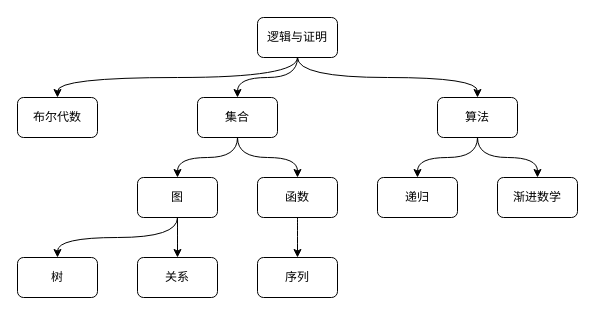
Before: 书籍/基础篇/知识点关系图.drawio in JouderMin/New_Age_Computer_Science_Project, a draw.io diagram. Source tidied: cells renumbered, new cells numbered last; positions are measured from the earlier drawing's top-left corner, leaving out a move shared by most shapes. Both pictures are drawn from the tidied source at 100%, with x=0, y=0 at pixel (17, 17).
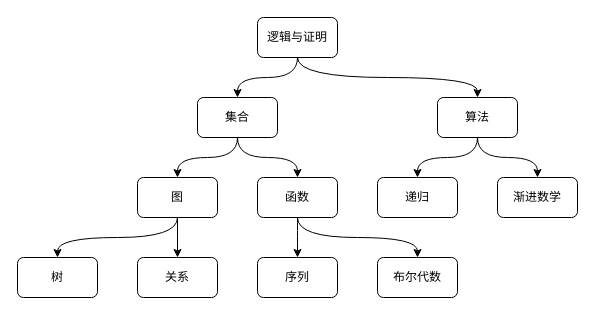
Above is the later version.

Unchanged cells that the change refers to:
```xml
<mxCell id="4" value="逻辑与证明" style="rounded=1;whiteSpace=wrap;html=1;" parent="1" vertex="1">
  <mxGeometry x="240" width="80" height="40" as="geometry" />
</mxCell>
<mxCell id="20" value="函数" style="rounded=1;whiteSpace=wrap;html=1;" parent="1" vertex="1">
  <mxGeometry x="240" y="160" width="80" height="40" as="geometry" />
</mxCell>
```

Change to the diagram source:
```diff
@@
-    <mxCell id="2" style="edgeStyle=none;html=1;exitX=0.5;exitY=1;exitDx=0;exitDy=0;entryX=0.5;entryY=0;entryDx=0;entryDy=0;rounded=1;curved=1;" parent="1" edge="1" source="4" target="14">
-      <mxGeometry relative="1" as="geometry">
-        <Array as="points">
-          <mxPoint x="280" y="60" />
-          <mxPoint x="40" y="60" />
-        </Array>
-      </mxGeometry>
-    </mxCell>
@@
     <mxCell id="14" value="布尔代数" style="rounded=1;whiteSpace=wrap;html=1;" parent="1" vertex="1">
-      <mxGeometry y="80" width="80" height="40" as="geometry" />
+      <mxGeometry x="360" y="240" width="80" height="40" as="geometry" />
     </mxCell>
@@
+    <mxCell id="23" style="edgeStyle=none;html=1;exitX=0.5;exitY=1;exitDx=0;exitDy=0;entryX=0.5;entryY=0;entryDx=0;entryDy=0;curved=1;rounded=1;" parent="1" edge="1" source="20" target="14">
+      <mxGeometry relative="1" as="geometry">
+        <Array as="points">
+          <mxPoint x="280" y="220" />
+          <mxPoint x="400" y="220" />
+        </Array>
+      </mxGeometry>
+    </mxCell>
```
